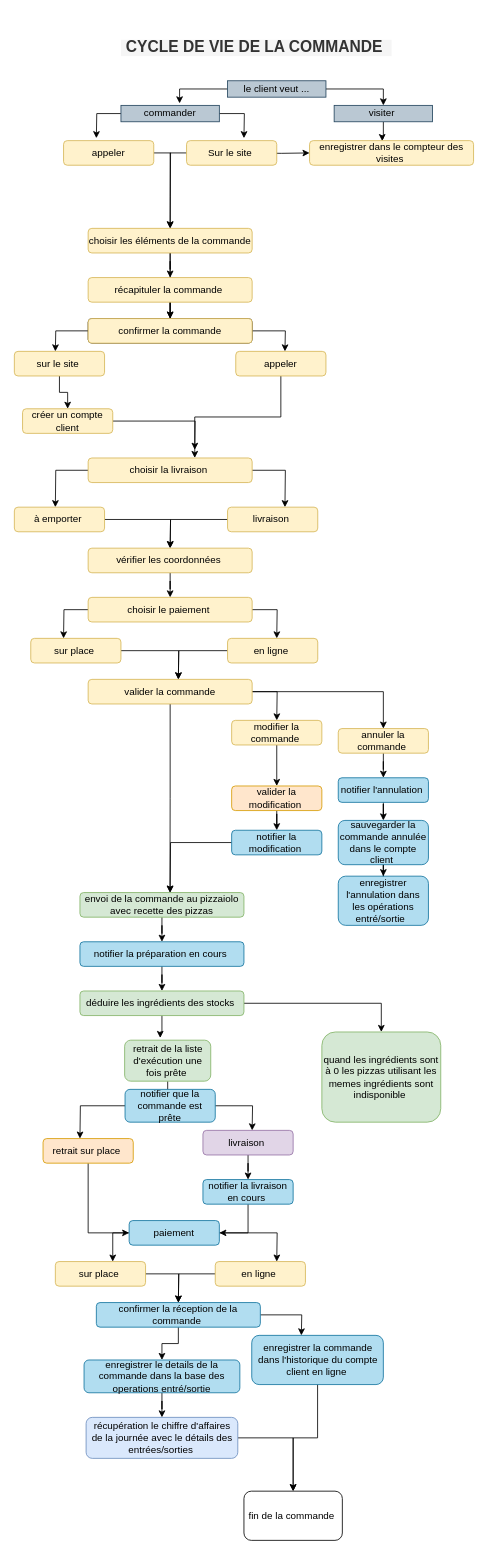
Before: UML/cycle de vie de la commande.drawio in Keltoum-BLK/projet_6, a draw.io diagram. Source tidied: cells renumbered, new cells numbered last; positions are measured from the earlier drawing's top-left corner, leaving out a move shared by most shapes. Both pictures are drawn from the tidied source at 82%, with x=0, y=0 at pixel (14, 39).
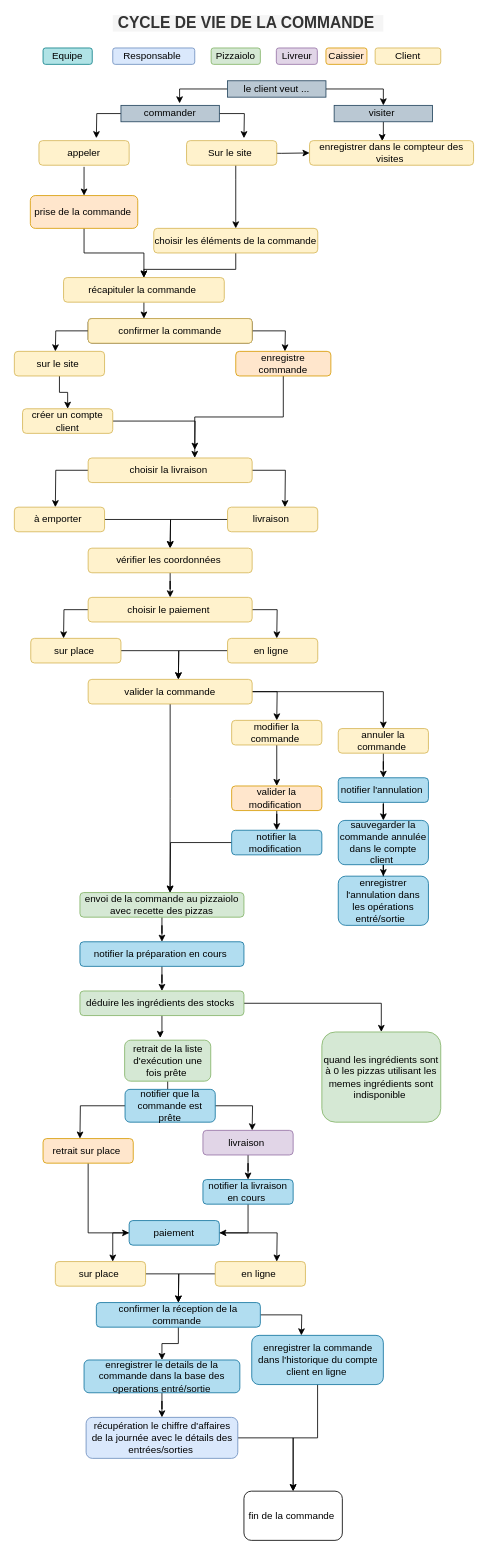
After the change.

The change refers to these unchanged cells:
```xml
<mxCell id="14" value="Sur le site&amp;nbsp;" style="rounded=1;whiteSpace=wrap;html=1;fillColor=#fff2cc;strokeColor=#d6b656;" parent="1" vertex="1">
  <mxGeometry x="210" y="123" width="110" height="30" as="geometry" />
</mxCell>
<mxCell id="22" style="rounded=1;whiteSpace=wrap;html=1;" parent="1" vertex="1">
  <mxGeometry x="90" y="340" width="200" height="30" as="geometry" />
</mxCell>
<mxCell id="98" value="confirmer la commande" style="rounded=1;whiteSpace=wrap;html=1;fillColor=#fff2cc;strokeColor=#d6b656;" parent="1" vertex="1">
  <mxGeometry x="90" y="340" width="200" height="30" as="geometry" />
</mxCell>
```

Change to the diagram source:
```diff
@@
-    <mxCell id="11" style="edgeStyle=orthogonalEdgeStyle;rounded=0;jettySize=auto;html=1;" parent="1" edge="1" source="12">
-      <mxGeometry relative="1" as="geometry">
-        <mxPoint x="190" y="230" as="targetPoint" />
-      </mxGeometry>
-    </mxCell>
+    <mxCell id="101" style="edgeStyle=orthogonalEdgeStyle;rounded=0;jettySize=auto;html=1;" parent="1" edge="1" target="105">
+      <mxGeometry relative="1" as="geometry">
+        <mxPoint x="85" y="155" as="sourcePoint" />
+        <Array as="points">
+          <mxPoint x="85" y="155" />
+        </Array>
+      </mxGeometry>
+    </mxCell>
     <mxCell id="12" value="appeler" style="rounded=1;whiteSpace=wrap;html=1;fillColor=#fff2cc;strokeColor=#d6b656;" parent="1" vertex="1">
-      <mxGeometry x="60" y="123" width="110" height="30" as="geometry" />
+      <mxGeometry x="30" y="123" width="110" height="30" as="geometry" />
     </mxCell>
-    <mxCell id="13" style="edgeStyle=orthogonalEdgeStyle;rounded=0;jettySize=auto;html=1;" parent="1" edge="1" source="14">
-      <mxGeometry relative="1" as="geometry">
-        <mxPoint x="190" y="230" as="targetPoint" />
-      </mxGeometry>
-    </mxCell>
+    <mxCell id="102" style="edgeStyle=orthogonalEdgeStyle;rounded=0;jettySize=auto;html=1;entryX=0.5;entryY=0;entryDx=0;entryDy=0;" parent="1" edge="1" source="14" target="17">
+      <mxGeometry relative="1" as="geometry">
+        <Array as="points">
+          <mxPoint x="270" y="170" />
+          <mxPoint x="270" y="170" />
+        </Array>
+      </mxGeometry>
+    </mxCell>
@@
-    <mxCell id="16" style="edgeStyle=orthogonalEdgeStyle;rounded=0;jettySize=auto;html=1;" parent="1" edge="1" source="17" target="98">
-      <mxGeometry relative="1" as="geometry" />
-    </mxCell>
     <mxCell id="17" value="choisir les éléments de la commande" style="rounded=1;whiteSpace=wrap;html=1;fillColor=#fff2cc;strokeColor=#d6b656;" parent="1" vertex="1">
-      <mxGeometry x="90" y="230" width="200" height="30" as="geometry" />
+      <mxGeometry x="170" y="230" width="200" height="30" as="geometry" />
     </mxCell>
-    <mxCell id="18" style="edgeStyle=orthogonalEdgeStyle;rounded=0;jettySize=auto;html=1;entryX=0.5;entryY=0;entryDx=0;entryDy=0;" parent="1" edge="1" source="19" target="22">
-      <mxGeometry relative="1" as="geometry" />
-    </mxCell>
+    <mxCell id="103" style="edgeStyle=orthogonalEdgeStyle;rounded=0;jettySize=auto;html=1;" parent="1" edge="1" source="19">
+      <mxGeometry relative="1" as="geometry">
+        <mxPoint x="158" y="340" as="targetPoint" />
+      </mxGeometry>
+    </mxCell>
     <mxCell id="19" value="récapituler la commande&amp;nbsp;" style="rounded=1;whiteSpace=wrap;html=1;fillColor=#fff2cc;strokeColor=#d6b656;" parent="1" vertex="1">
-      <mxGeometry x="90" y="290" width="200" height="30" as="geometry" />
+      <mxGeometry x="60" y="290" width="196" height="30" as="geometry" />
     </mxCell>
@@
-    <mxCell id="27" value="appeler" style="rounded=1;whiteSpace=wrap;html=1;fillColor=#fff2cc;strokeColor=#d6b656;" parent="1" vertex="1">
-      <mxGeometry x="270" y="380" width="110" height="30" as="geometry" />
+    <mxCell id="27" value="enregistre commande" style="rounded=1;whiteSpace=wrap;html=1;fillColor=#ffe6cc;strokeColor=#d79b00;" parent="1" vertex="1">
+      <mxGeometry x="270" y="380" width="116" height="30" as="geometry" />
     </mxCell>
@@
     <mxCell id="100" value="&lt;b&gt;&lt;font style=&quot;font-size: 19px&quot;&gt;CYCLE DE VIE DE LA COMMANDE&amp;nbsp;&lt;/font&gt;&lt;/b&gt;" style="text;html=1;align=center;verticalAlign=middle;fillColor=#f5f5f5;fontColor=#333333;" parent="1" vertex="1">
-      <mxGeometry x="130" width="330" height="20" as="geometry" />
+      <mxGeometry x="120" y="-30" width="330" height="20" as="geometry" />
     </mxCell>
+    <mxCell id="104" style="edgeStyle=orthogonalEdgeStyle;rounded=0;jettySize=auto;html=1;" parent="1" edge="1" source="105" target="19">
+      <mxGeometry relative="1" as="geometry" />
+    </mxCell>
+    <mxCell id="105" value="prise de la commande&amp;nbsp;" style="rounded=1;whiteSpace=wrap;html=1;fillColor=#ffe6cc;strokeColor=#d79b00;" parent="1" vertex="1">
+      <mxGeometry x="19.5" y="190" width="131" height="40" as="geometry" />
+    </mxCell>
+    <mxCell id="106" value="Responsable&amp;nbsp;" style="rounded=1;whiteSpace=wrap;html=1;fillColor=#dae8fc;strokeColor=#6c8ebf;" parent="1" vertex="1">
+      <mxGeometry x="120" y="10" width="100" height="20" as="geometry" />
+    </mxCell>
+    <mxCell id="107" value="Pizzaiolo" style="rounded=1;whiteSpace=wrap;html=1;fillColor=#d5e8d4;strokeColor=#82b366;" parent="1" vertex="1">
+      <mxGeometry x="240" y="10" width="60" height="20" as="geometry" />
+    </mxCell>
+    <mxCell id="108" value="Livreur" style="rounded=1;whiteSpace=wrap;html=1;fillColor=#e1d5e7;strokeColor=#9673a6;" parent="1" vertex="1">
+      <mxGeometry x="319.5" y="10" width="50" height="20" as="geometry" />
+    </mxCell>
+    <mxCell id="109" value="Caissier" style="rounded=1;whiteSpace=wrap;html=1;fillColor=#ffe6cc;strokeColor=#d79b00;" parent="1" vertex="1">
+      <mxGeometry x="380" y="10" width="50" height="20" as="geometry" />
+    </mxCell>
+    <mxCell id="110" value="Client" style="rounded=1;whiteSpace=wrap;html=1;fillColor=#fff2cc;strokeColor=#d6b656;" parent="1" vertex="1">
+      <mxGeometry x="440" y="10" width="80" height="20" as="geometry" />
+    </mxCell>
+    <mxCell id="111" value="Equipe" style="rounded=1;whiteSpace=wrap;html=1;fillColor=#b0e3e6;strokeColor=#0e8088;" parent="1" vertex="1">
+      <mxGeometry x="35" y="10" width="60" height="20" as="geometry" />
+    </mxCell>
```
